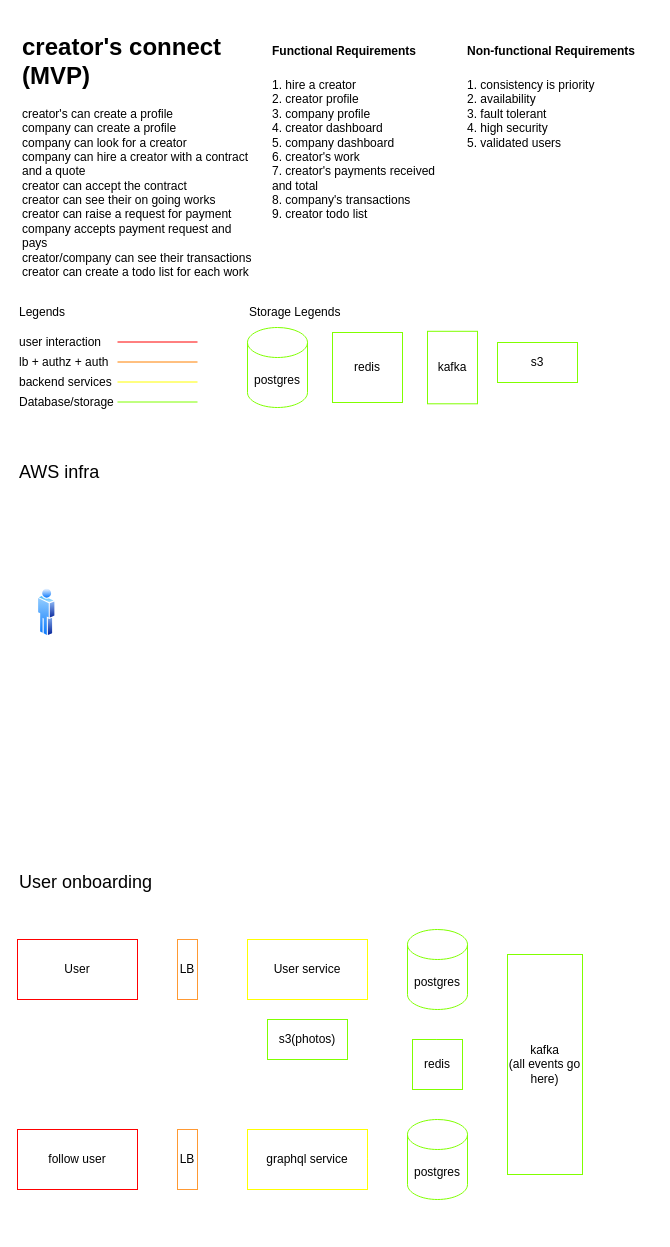
This is page "project overview" (1 of 2) of docs/architecture.drawio from AnshulD1212/podcast, a draw.io file, before an edit. Source tidied: cells renumbered, new cells numbered last; positions are measured from the earlier drawing's top-left corner, leaving out a move shared by most shapes. Both pictures are drawn from the tidied source at 100%, with x=0, y=0 at pixel (17, 27).
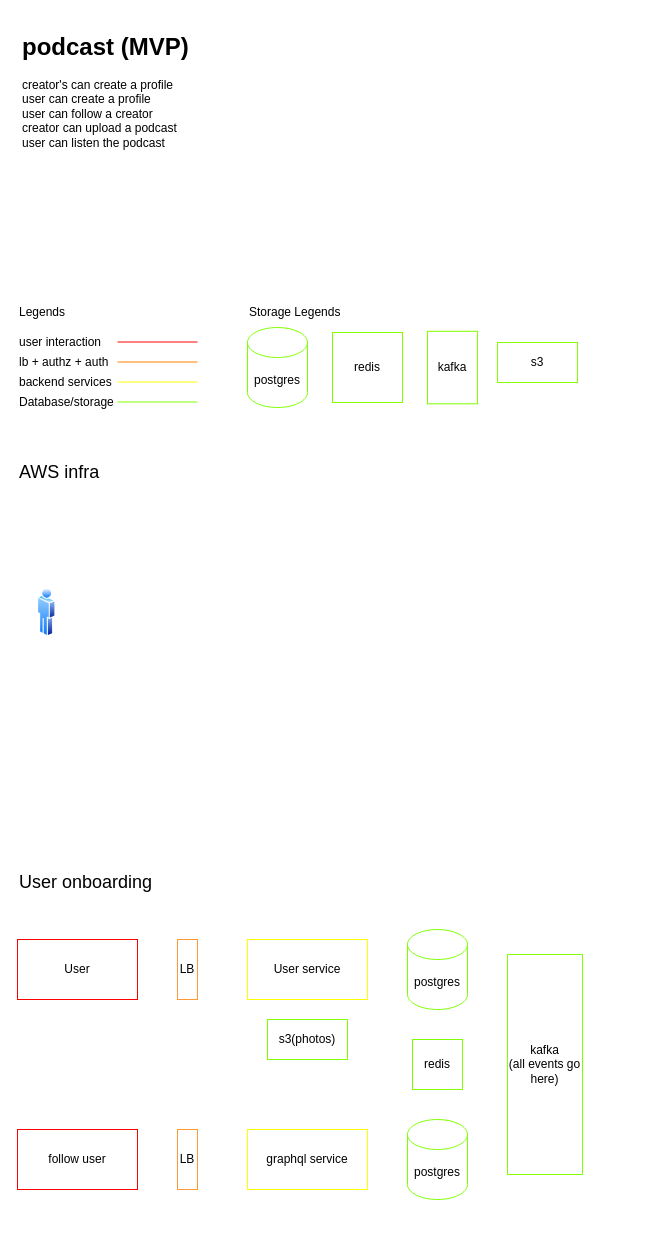
The same diagram, later.

What changed in the source:
```diff
@@
-    <mxCell id="2" value="&lt;h1&gt;creator's connect (MVP)&lt;/h1&gt;&lt;p&gt;creator's can create a profile&lt;br&gt;company can create a profile&lt;br&gt;company can look for a creator&lt;br&gt;company can hire a creator with a contract and a quote&lt;br&gt;creator can accept the contract&lt;br&gt;creator can see their on going works&lt;br&gt;creator can raise a request for payment&lt;br&gt;company accepts payment request and pays&lt;br&gt;creator/company can see their transactions&lt;br&gt;creator can create a todo list for each work&lt;/p&gt;" style="text;html=1;strokeColor=none;fillColor=none;spacing=5;spacingTop=-20;whiteSpace=wrap;overflow=hidden;rounded=0;" parent="1" vertex="1">
+    <mxCell id="2" value="&lt;h1&gt;podcast (MVP)&lt;/h1&gt;&lt;p&gt;creator's can create a profile&lt;br&gt;user can create a profile&lt;br&gt;user can follow a creator&lt;br&gt;creator can upload a podcast&lt;br&gt;user can listen the podcast&lt;br&gt;&lt;br&gt;&lt;/p&gt;" style="text;html=1;strokeColor=none;fillColor=none;spacing=5;spacingTop=-20;whiteSpace=wrap;overflow=hidden;rounded=0;" parent="1" vertex="1">
       <mxGeometry width="240" height="260" as="geometry" />
     </mxCell>
@@
-    <mxCell id="7" value="&lt;h1&gt;&lt;font style=&quot;font-size: 12px;&quot;&gt;Functional Requirements&lt;/font&gt;&lt;/h1&gt;&lt;div&gt;&lt;font style=&quot;font-size: 12px;&quot;&gt;1. hire a creator&lt;/font&gt;&lt;/div&gt;&lt;div&gt;&lt;font style=&quot;font-size: 12px;&quot;&gt;2. creator profile&amp;nbsp;&lt;br&gt;3. company profile&lt;/font&gt;&lt;/div&gt;&lt;div&gt;&lt;font style=&quot;font-size: 12px;&quot;&gt;4. creator dashboard&lt;/font&gt;&lt;/div&gt;&lt;div&gt;&lt;font style=&quot;font-size: 12px;&quot;&gt;5. company dashboard&lt;/font&gt;&lt;/div&gt;&lt;div&gt;&lt;font style=&quot;font-size: 12px;&quot;&gt;6. creator's work&lt;/font&gt;&lt;/div&gt;&lt;div&gt;&lt;font style=&quot;font-size: 12px;&quot;&gt;7. creator's payments received and total&lt;/font&gt;&lt;/div&gt;&lt;div&gt;&lt;font style=&quot;font-size: 12px;&quot;&gt;8. company's transactions&lt;/font&gt;&lt;/div&gt;&lt;div&gt;&lt;font style=&quot;font-size: 12px;&quot;&gt;9. creator todo list&lt;/font&gt;&lt;/div&gt;" style="text;html=1;strokeColor=none;fillColor=none;spacing=5;spacingTop=-20;whiteSpace=wrap;overflow=hidden;rounded=0;" parent="1" vertex="1">
-      <mxGeometry x="250" width="190" height="200" as="geometry" />
-    </mxCell>
-    <mxCell id="8" value="&lt;h1&gt;&lt;font style=&quot;font-size: 12px;&quot;&gt;Non-functional Requirements&lt;/font&gt;&lt;/h1&gt;&lt;div&gt;&lt;span style=&quot;background-color: initial;&quot;&gt;1. consistency is priority&lt;/span&gt;&lt;br&gt;&lt;/div&gt;&lt;div&gt;&lt;span style=&quot;background-color: initial;&quot;&gt;2. availability&amp;nbsp;&lt;/span&gt;&lt;/div&gt;&lt;div&gt;&lt;span style=&quot;background-color: initial;&quot;&gt;3. fault tolerant&amp;nbsp;&lt;/span&gt;&lt;/div&gt;&lt;div&gt;&lt;span style=&quot;background-color: initial;&quot;&gt;4. high security&lt;/span&gt;&lt;/div&gt;&lt;div&gt;&lt;span style=&quot;background-color: initial;&quot;&gt;5. validated users&lt;/span&gt;&lt;/div&gt;&lt;div&gt;&lt;br&gt;&lt;/div&gt;" style="text;html=1;strokeColor=none;fillColor=none;spacing=5;spacingTop=-20;whiteSpace=wrap;overflow=hidden;rounded=0;" parent="1" vertex="1">
-      <mxGeometry x="445" width="190" height="180" as="geometry" />
-    </mxCell>
```
